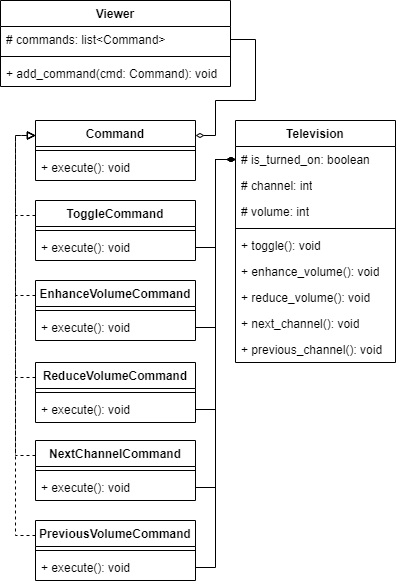
This is behavioral/command/command.drawio.png from vlad1m1r0v/spacelab-patterns, a draw.io export, as it was before one commit. Source tidied: cells renumbered, new cells last; positions are measured from the earlier drawing's top-left corner, leaving out a move shared by most shapes. Its diagram source:
```xml
<mxGraphModel>
  <root>
    <mxCell id="0" />
    <mxCell id="1" parent="0" />
    <mxCell id="2" style="edgeStyle=orthogonalEdgeStyle;rounded=0;jettySize=auto;html=1;exitX=1;exitY=0.25;exitDx=0;exitDy=0;entryX=1;entryY=0.5;entryDx=0;entryDy=0;endArrow=none;endFill=0;startArrow=diamondThin;startFill=0;" parent="1" edge="1" source="3" target="42">
      <mxGeometry relative="1" as="geometry">
        <Array as="points">
          <mxPoint x="215" y="135" />
          <mxPoint x="215" y="100" />
          <mxPoint x="255" y="100" />
          <mxPoint x="255" y="39" />
        </Array>
      </mxGeometry>
    </mxCell>
    <mxCell id="3" value="Command" style="swimlane;fontStyle=1;align=center;verticalAlign=top;horizontal=1;startSize=26;whiteSpace=wrap;html=1;" parent="1" vertex="1">
      <mxGeometry x="35" y="120" width="160" height="60" as="geometry" />
    </mxCell>
    <mxCell id="4" style="line;strokeWidth=1;fillColor=none;align=left;verticalAlign=middle;spacingTop=-1;spacingLeft=3;spacingRight=3;labelPosition=right;strokeColor=inherit;" parent="3" vertex="1">
      <mxGeometry y="26" width="160" height="8" as="geometry" />
    </mxCell>
    <mxCell id="5" value="+ execute(): void" style="text;strokeColor=none;fillColor=none;align=left;verticalAlign=top;spacingLeft=4;spacingRight=4;overflow=hidden;whiteSpace=wrap;html=1;" parent="3" vertex="1">
      <mxGeometry y="34" width="160" height="26" as="geometry" />
    </mxCell>
    <mxCell id="6" value="Television" style="swimlane;fontStyle=1;align=center;verticalAlign=top;horizontal=1;startSize=26;whiteSpace=wrap;html=1;" parent="1" vertex="1">
      <mxGeometry x="235" y="120" width="160" height="242" as="geometry" />
    </mxCell>
    <mxCell id="7" value="# is_turned_on: boolean" style="text;strokeColor=none;fillColor=none;align=left;verticalAlign=top;spacingLeft=4;spacingRight=4;overflow=hidden;points=[[0,0.5],[1,0.5]];portConstraint=eastwest;whiteSpace=wrap;html=1;" parent="6" vertex="1">
      <mxGeometry y="26" width="160" height="26" as="geometry" />
    </mxCell>
    <mxCell id="8" value="# channel: int" style="text;strokeColor=none;fillColor=none;align=left;verticalAlign=top;spacingLeft=4;spacingRight=4;overflow=hidden;whiteSpace=wrap;html=1;" parent="6" vertex="1">
      <mxGeometry y="52" width="160" height="26" as="geometry" />
    </mxCell>
    <mxCell id="9" value="# volume: int" style="text;strokeColor=none;fillColor=none;align=left;verticalAlign=top;spacingLeft=4;spacingRight=4;overflow=hidden;whiteSpace=wrap;html=1;" parent="6" vertex="1">
      <mxGeometry y="78" width="160" height="26" as="geometry" />
    </mxCell>
    <mxCell id="10" style="line;strokeWidth=1;fillColor=none;align=left;verticalAlign=middle;spacingTop=-1;spacingLeft=3;spacingRight=3;labelPosition=right;strokeColor=inherit;" parent="6" vertex="1">
      <mxGeometry y="104" width="160" height="8" as="geometry" />
    </mxCell>
    <mxCell id="11" value="+ toggle(): void" style="text;strokeColor=none;fillColor=none;align=left;verticalAlign=top;spacingLeft=4;spacingRight=4;overflow=hidden;whiteSpace=wrap;html=1;" parent="6" vertex="1">
      <mxGeometry y="112" width="160" height="26" as="geometry" />
    </mxCell>
    <mxCell id="12" value="+ enhance_volume(): void" style="text;strokeColor=none;fillColor=none;align=left;verticalAlign=top;spacingLeft=4;spacingRight=4;overflow=hidden;whiteSpace=wrap;html=1;" parent="6" vertex="1">
      <mxGeometry y="138" width="160" height="26" as="geometry" />
    </mxCell>
    <mxCell id="13" value="+ reduce_volume(): void" style="text;strokeColor=none;fillColor=none;align=left;verticalAlign=top;spacingLeft=4;spacingRight=4;overflow=hidden;whiteSpace=wrap;html=1;" parent="6" vertex="1">
      <mxGeometry y="164" width="160" height="26" as="geometry" />
    </mxCell>
    <mxCell id="14" value="+ next_channel(): void" style="text;strokeColor=none;fillColor=none;align=left;verticalAlign=top;spacingLeft=4;spacingRight=4;overflow=hidden;whiteSpace=wrap;html=1;" parent="6" vertex="1">
      <mxGeometry y="190" width="160" height="26" as="geometry" />
    </mxCell>
    <mxCell id="15" value="+ previous_channel(): void" style="text;strokeColor=none;fillColor=none;align=left;verticalAlign=top;spacingLeft=4;spacingRight=4;overflow=hidden;whiteSpace=wrap;html=1;" parent="6" vertex="1">
      <mxGeometry y="216" width="160" height="26" as="geometry" />
    </mxCell>
    <mxCell id="16" style="edgeStyle=orthogonalEdgeStyle;rounded=0;jettySize=auto;html=1;exitX=0;exitY=0.25;exitDx=0;exitDy=0;entryX=0;entryY=0.25;entryDx=0;entryDy=0;dashed=1;endArrow=block;endFill=0;" parent="1" edge="1" source="17" target="3">
      <mxGeometry relative="1" as="geometry" />
    </mxCell>
    <mxCell id="17" value="ToggleCommand" style="swimlane;fontStyle=1;align=center;verticalAlign=top;horizontal=1;startSize=26;whiteSpace=wrap;html=1;" parent="1" vertex="1">
      <mxGeometry x="35" y="200" width="160" height="60" as="geometry" />
    </mxCell>
    <mxCell id="18" style="line;strokeWidth=1;fillColor=none;align=left;verticalAlign=middle;spacingTop=-1;spacingLeft=3;spacingRight=3;labelPosition=right;strokeColor=inherit;" parent="17" vertex="1">
      <mxGeometry y="26" width="160" height="8" as="geometry" />
    </mxCell>
    <mxCell id="19" value="+ execute(): void" style="text;strokeColor=none;fillColor=none;align=left;verticalAlign=top;spacingLeft=4;spacingRight=4;overflow=hidden;points=[[0,0.5],[1,0.5]];portConstraint=eastwest;whiteSpace=wrap;html=1;" parent="17" vertex="1">
      <mxGeometry y="34" width="160" height="26" as="geometry" />
    </mxCell>
    <mxCell id="20" style="edgeStyle=orthogonalEdgeStyle;rounded=0;jettySize=auto;html=1;exitX=0;exitY=0.25;exitDx=0;exitDy=0;entryX=0;entryY=0.25;entryDx=0;entryDy=0;dashed=1;endArrow=block;endFill=0;" parent="1" edge="1" source="21" target="3">
      <mxGeometry relative="1" as="geometry" />
    </mxCell>
    <mxCell id="21" value="EnhanceVolumeCommand" style="swimlane;fontStyle=1;align=center;verticalAlign=top;horizontal=1;startSize=26;whiteSpace=wrap;html=1;" parent="1" vertex="1">
      <mxGeometry x="35" y="280" width="160" height="60" as="geometry" />
    </mxCell>
    <mxCell id="22" style="line;strokeWidth=1;fillColor=none;align=left;verticalAlign=middle;spacingTop=-1;spacingLeft=3;spacingRight=3;labelPosition=right;strokeColor=inherit;" parent="21" vertex="1">
      <mxGeometry y="26" width="160" height="8" as="geometry" />
    </mxCell>
    <mxCell id="23" value="+ execute(): void" style="text;strokeColor=none;fillColor=none;align=left;verticalAlign=top;spacingLeft=4;spacingRight=4;overflow=hidden;points=[[0,0.5],[1,0.5]];portConstraint=eastwest;whiteSpace=wrap;html=1;" parent="21" vertex="1">
      <mxGeometry y="34" width="160" height="26" as="geometry" />
    </mxCell>
    <mxCell id="24" style="edgeStyle=orthogonalEdgeStyle;rounded=0;jettySize=auto;html=1;exitX=0;exitY=0.25;exitDx=0;exitDy=0;entryX=0;entryY=0.25;entryDx=0;entryDy=0;dashed=1;endArrow=block;endFill=0;" parent="1" edge="1" source="25" target="3">
      <mxGeometry relative="1" as="geometry" />
    </mxCell>
    <mxCell id="25" value="ReduceVolumeCommand" style="swimlane;fontStyle=1;align=center;verticalAlign=top;horizontal=1;startSize=26;whiteSpace=wrap;html=1;" parent="1" vertex="1">
      <mxGeometry x="35" y="362" width="160" height="60" as="geometry" />
    </mxCell>
    <mxCell id="26" style="line;strokeWidth=1;fillColor=none;align=left;verticalAlign=middle;spacingTop=-1;spacingLeft=3;spacingRight=3;labelPosition=right;strokeColor=inherit;" parent="25" vertex="1">
      <mxGeometry y="26" width="160" height="8" as="geometry" />
    </mxCell>
    <mxCell id="27" value="+ execute(): void" style="text;strokeColor=none;fillColor=none;align=left;verticalAlign=top;spacingLeft=4;spacingRight=4;overflow=hidden;points=[[0,0.5],[1,0.5]];portConstraint=eastwest;whiteSpace=wrap;html=1;" parent="25" vertex="1">
      <mxGeometry y="34" width="160" height="26" as="geometry" />
    </mxCell>
    <mxCell id="28" style="edgeStyle=orthogonalEdgeStyle;rounded=0;jettySize=auto;html=1;exitX=0;exitY=0.25;exitDx=0;exitDy=0;entryX=0;entryY=0.25;entryDx=0;entryDy=0;dashed=1;endArrow=block;endFill=0;" parent="1" edge="1" source="29" target="3">
      <mxGeometry relative="1" as="geometry" />
    </mxCell>
    <mxCell id="29" value="NextChannelCommand" style="swimlane;fontStyle=1;align=center;verticalAlign=top;horizontal=1;startSize=26;whiteSpace=wrap;html=1;" parent="1" vertex="1">
      <mxGeometry x="35" y="440" width="160" height="60" as="geometry" />
    </mxCell>
    <mxCell id="30" style="line;strokeWidth=1;fillColor=none;align=left;verticalAlign=middle;spacingTop=-1;spacingLeft=3;spacingRight=3;labelPosition=right;strokeColor=inherit;" parent="29" vertex="1">
      <mxGeometry y="26" width="160" height="8" as="geometry" />
    </mxCell>
    <mxCell id="31" value="+ execute(): void" style="text;strokeColor=none;fillColor=none;align=left;verticalAlign=top;spacingLeft=4;spacingRight=4;overflow=hidden;points=[[0,0.5],[1,0.5]];portConstraint=eastwest;whiteSpace=wrap;html=1;" parent="29" vertex="1">
      <mxGeometry y="34" width="160" height="26" as="geometry" />
    </mxCell>
    <mxCell id="32" style="edgeStyle=orthogonalEdgeStyle;rounded=0;jettySize=auto;html=1;exitX=0;exitY=0.25;exitDx=0;exitDy=0;entryX=0;entryY=0.25;entryDx=0;entryDy=0;dashed=1;endArrow=block;endFill=0;" parent="1" edge="1" source="33" target="3">
      <mxGeometry relative="1" as="geometry" />
    </mxCell>
    <mxCell id="33" value="PreviousVolumeCommand" style="swimlane;fontStyle=1;align=center;verticalAlign=top;horizontal=1;startSize=26;whiteSpace=wrap;html=1;" parent="1" vertex="1">
      <mxGeometry x="35" y="520" width="160" height="60" as="geometry" />
    </mxCell>
    <mxCell id="34" style="line;strokeWidth=1;fillColor=none;align=left;verticalAlign=middle;spacingTop=-1;spacingLeft=3;spacingRight=3;labelPosition=right;strokeColor=inherit;" parent="33" vertex="1">
      <mxGeometry y="26" width="160" height="8" as="geometry" />
    </mxCell>
    <mxCell id="35" value="+ execute(): void" style="text;strokeColor=none;fillColor=none;align=left;verticalAlign=top;spacingLeft=4;spacingRight=4;overflow=hidden;points=[[0,0.5],[1,0.5]];portConstraint=eastwest;whiteSpace=wrap;html=1;" parent="33" vertex="1">
      <mxGeometry y="34" width="160" height="26" as="geometry" />
    </mxCell>
    <mxCell id="36" style="edgeStyle=orthogonalEdgeStyle;rounded=0;jettySize=auto;html=1;exitX=1;exitY=0.5;exitDx=0;exitDy=0;entryX=0;entryY=0.5;entryDx=0;entryDy=0;endArrow=diamondThin;endFill=1;" parent="1" edge="1" source="35" target="7">
      <mxGeometry relative="1" as="geometry" />
    </mxCell>
    <mxCell id="37" style="edgeStyle=orthogonalEdgeStyle;rounded=0;jettySize=auto;html=1;exitX=1;exitY=0.5;exitDx=0;exitDy=0;entryX=0;entryY=0.5;entryDx=0;entryDy=0;endArrow=diamondThin;endFill=1;" parent="1" edge="1" source="31" target="7">
      <mxGeometry relative="1" as="geometry" />
    </mxCell>
    <mxCell id="38" style="edgeStyle=orthogonalEdgeStyle;rounded=0;jettySize=auto;html=1;exitX=1;exitY=0.5;exitDx=0;exitDy=0;entryX=0;entryY=0.5;entryDx=0;entryDy=0;endArrow=diamondThin;endFill=1;" parent="1" edge="1" source="27" target="7">
      <mxGeometry relative="1" as="geometry" />
    </mxCell>
    <mxCell id="39" style="edgeStyle=orthogonalEdgeStyle;rounded=0;jettySize=auto;html=1;exitX=1;exitY=0.5;exitDx=0;exitDy=0;entryX=0;entryY=0.5;entryDx=0;entryDy=0;endArrow=diamondThin;endFill=1;" parent="1" edge="1" source="23" target="7">
      <mxGeometry relative="1" as="geometry" />
    </mxCell>
    <mxCell id="40" style="edgeStyle=orthogonalEdgeStyle;rounded=0;jettySize=auto;html=1;exitX=1;exitY=0.5;exitDx=0;exitDy=0;entryX=0;entryY=0.5;entryDx=0;entryDy=0;endArrow=diamondThin;endFill=1;" parent="1" edge="1" source="19" target="7">
      <mxGeometry relative="1" as="geometry" />
    </mxCell>
    <mxCell id="41" value="Viewer" style="swimlane;fontStyle=1;align=center;verticalAlign=top;horizontal=1;startSize=26;whiteSpace=wrap;html=1;" parent="1" vertex="1">
      <mxGeometry width="230" height="86" as="geometry" />
    </mxCell>
    <mxCell id="42" value="# commands: list&amp;lt;Command&amp;gt;" style="text;strokeColor=none;fillColor=none;align=left;verticalAlign=top;spacingLeft=4;spacingRight=4;overflow=hidden;points=[[0,0.5],[1,0.5]];portConstraint=eastwest;whiteSpace=wrap;html=1;" parent="41" vertex="1">
      <mxGeometry y="26" width="230" height="26" as="geometry" />
    </mxCell>
    <mxCell id="43" style="line;strokeWidth=1;fillColor=none;align=left;verticalAlign=middle;spacingTop=-1;spacingLeft=3;spacingRight=3;labelPosition=right;strokeColor=inherit;" parent="41" vertex="1">
      <mxGeometry y="52" width="230" height="8" as="geometry" />
    </mxCell>
    <mxCell id="44" value="+ add_command(cmd: Command): void" style="text;strokeColor=none;fillColor=none;align=left;verticalAlign=top;spacingLeft=4;spacingRight=4;overflow=hidden;whiteSpace=wrap;html=1;" parent="41" vertex="1">
      <mxGeometry y="60" width="230" height="26" as="geometry" />
    </mxCell>
  </root>
</mxGraphModel>
```
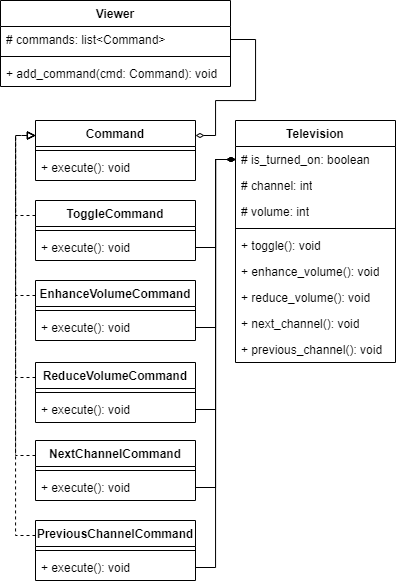
The same file after the commit.

Commit message:
rename field in UML command diagram

Change to the diagram source:
```diff
@@ -102,7 +102,7 @@
     <mxCell id="32" style="edgeStyle=orthogonalEdgeStyle;rounded=0;jettySize=auto;html=1;exitX=0;exitY=0.25;exitDx=0;exitDy=0;entryX=0;entryY=0.25;entryDx=0;entryDy=0;dashed=1;endArrow=block;endFill=0;" parent="1" edge="1" source="33" target="3">
       <mxGeometry relative="1" as="geometry" />
     </mxCell>
-    <mxCell id="33" value="PreviousVolumeCommand" style="swimlane;fontStyle=1;align=center;verticalAlign=top;horizontal=1;startSize=26;whiteSpace=wrap;html=1;" parent="1" vertex="1">
+    <mxCell id="33" value="PreviousChannelCommand" style="swimlane;fontStyle=1;align=center;verticalAlign=top;horizontal=1;startSize=26;whiteSpace=wrap;html=1;" parent="1" vertex="1">
       <mxGeometry x="35" y="520" width="160" height="60" as="geometry" />
     </mxCell>
     <mxCell id="34" style="line;strokeWidth=1;fillColor=none;align=left;verticalAlign=middle;spacingTop=-1;spacingLeft=3;spacingRight=3;labelPosition=right;strokeColor=inherit;" parent="33" vertex="1">
```
